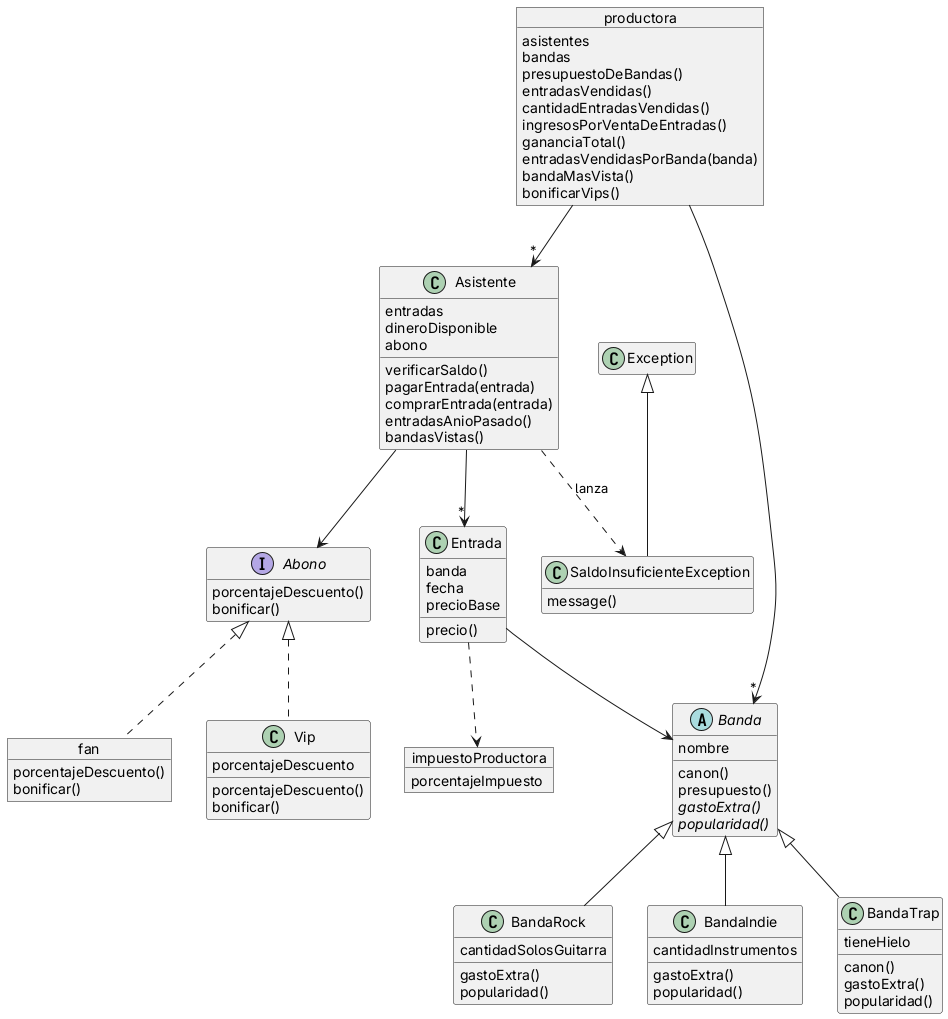
This is diagrama_solucion_HOLM_FEDERICO.png from F-Holm/PDEP-Entertainment, a PlantUML export, as it was before one commit.
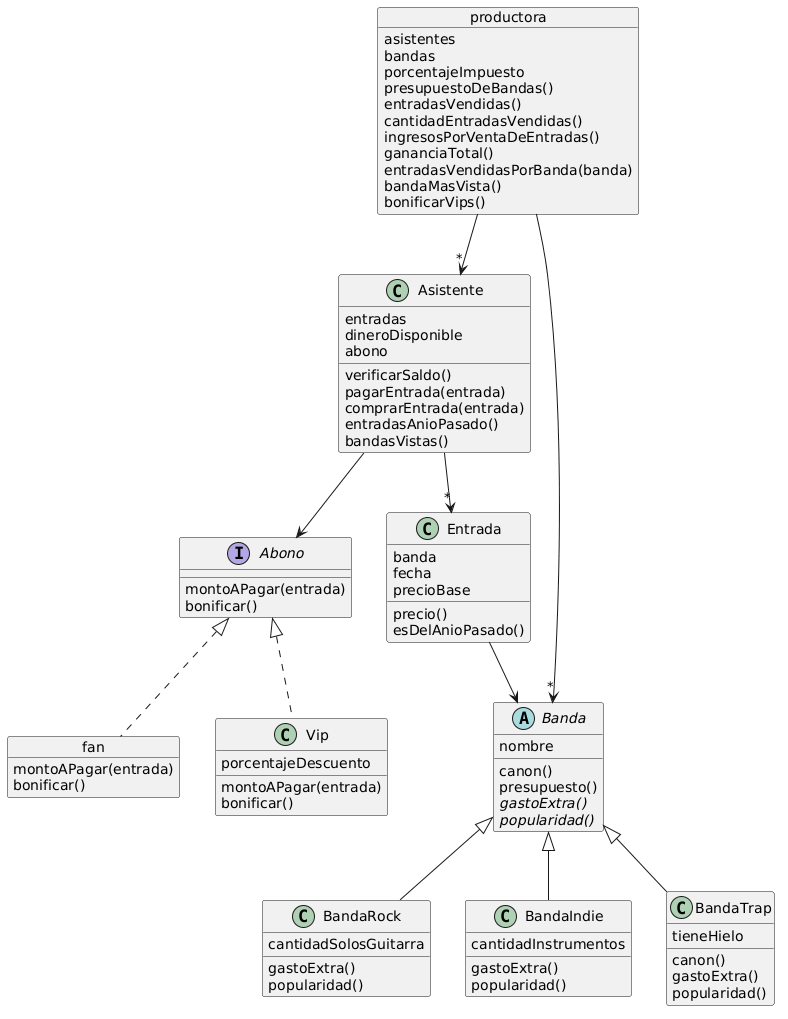
The same diagram one commit later.

Change to the diagram source:
```diff
@@ -1,9 +1,9 @@
-@startuml diagrama_solucion_HOLM_FEDERICO
-hide empty members
+@startuml
 
 object productora {
   asistentes
   bandas
+  porcentajeImpuesto
   presupuestoDeBandas()
   entradasVendidas()
   cantidadEntradasVendidas()
@@ -26,18 +26,18 @@
 }
 
 interface Abono {
-  porcentajeDescuento()
+  montoAPagar(entrada)
+  bonificar()
+}
+
+object fan {
+  montoAPagar(entrada)
   bonificar()
 }
 
 class Vip {
   porcentajeDescuento
-  porcentajeDescuento()
-  bonificar()
-}
-
-object fan {
-  porcentajeDescuento()
+  montoAPagar(entrada)
   bonificar()
 }
 
@@ -46,17 +46,7 @@
   fecha
   precioBase
   precio()
-}
-
-object impuestoProductora {
-  porcentajeImpuesto
-}
-
-class Exception
-show Exception members
-
-class SaldoInsuficienteException {
-  message()
+  esDelAnioPasado()
 }
 
 abstract class Banda {
@@ -90,13 +80,11 @@
 productora --> "*" Banda
 Asistente --> Abono
 Asistente --> "*" Entrada
-Asistente ..> SaldoInsuficienteException : lanza
-Exception <|-- SaldoInsuficienteException
+Abono <|.. fan
 Abono <|.. Vip
-Abono <|.. fan
-Entrada ..> impuestoProductora
 Entrada --> Banda
 Banda <|-- BandaRock
 Banda <|-- BandaIndie
 Banda <|-- BandaTrap
+
 @enduml
```
